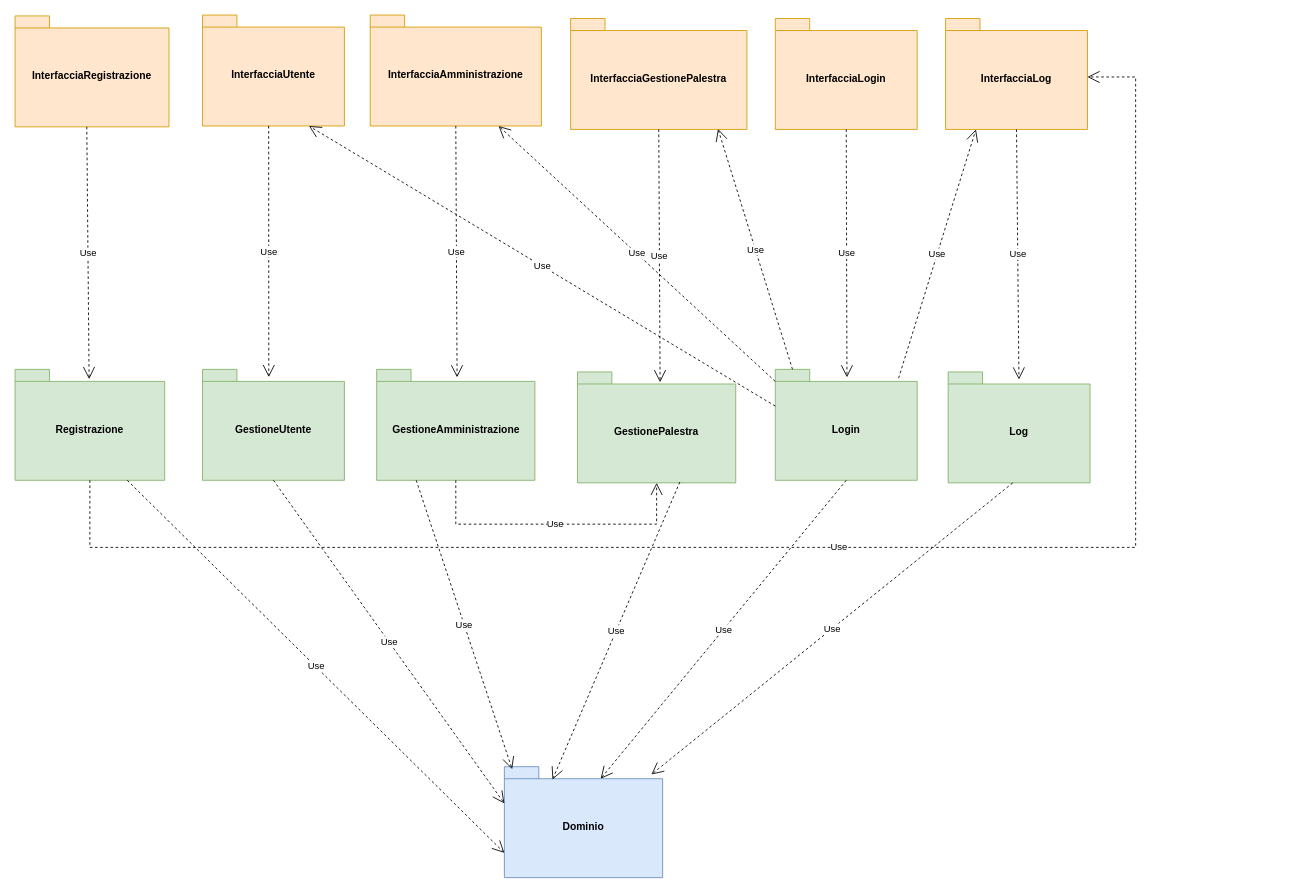
Above: Diagrammi_Package/Utente.drawio in JosephBoom02/Progetto_Ingegneria_del_Software (draw.io), before the change. Source tidied: cells renumbered, new cells numbered last; positions are measured from the earlier drawing's top-left corner, leaving out a move shared by most shapes. Both pictures are drawn from the tidied source at 86%, with x=0, y=0 at pixel (15, 15).
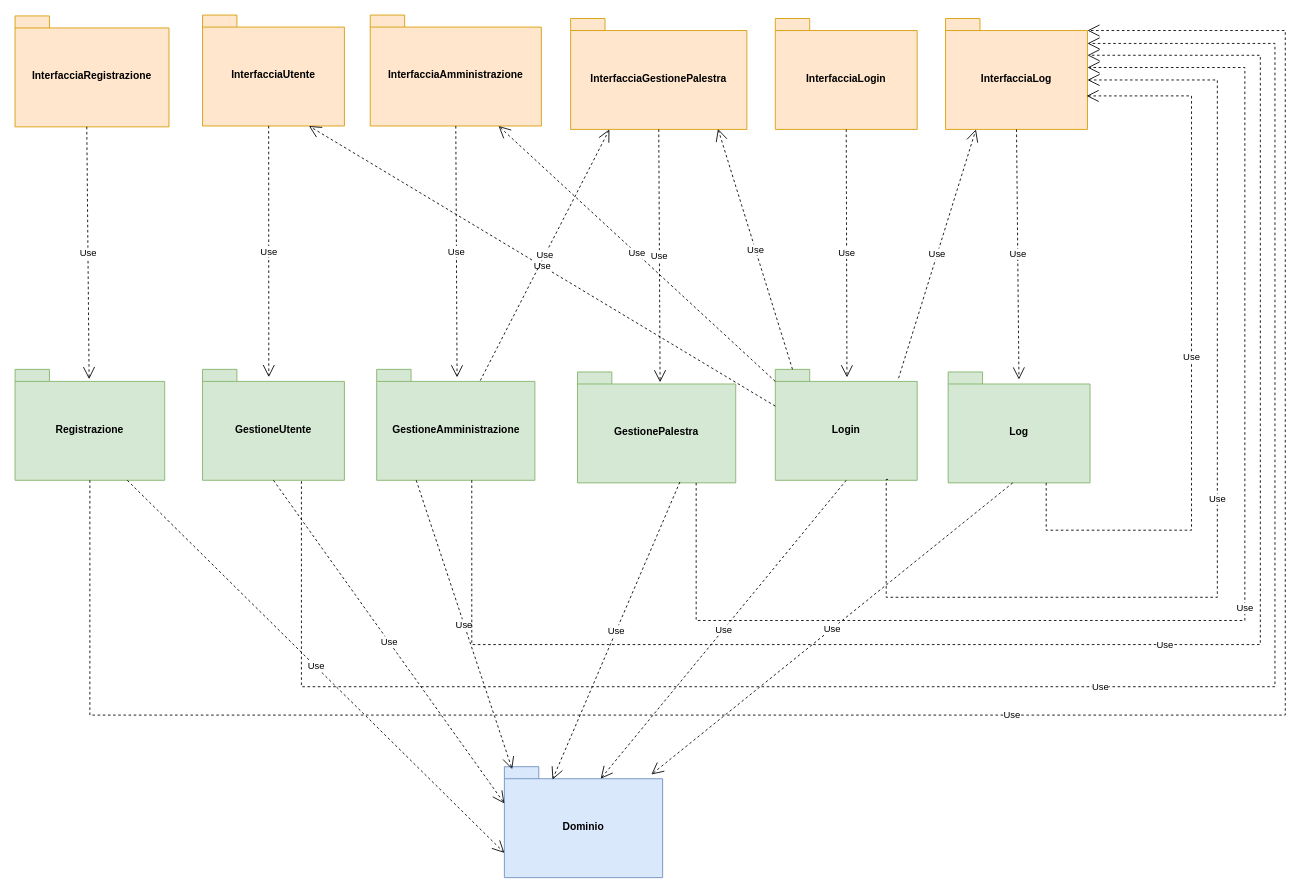
After the change.

Unchanged cells that the change refers to:
```xml
<mxCell id="3" value="InterfacciaGestionePalestra" style="shape=folder;fontStyle=1;spacingTop=10;tabWidth=40;tabHeight=14;tabPosition=left;html=1;whiteSpace=wrap;fillColor=#ffe6cc;strokeColor=#d79b00;" parent="1" vertex="1">
  <mxGeometry x="646" y="4" width="205" height="129" as="geometry" />
</mxCell>
<mxCell id="6" value="InterfacciaLog" style="shape=folder;fontStyle=1;spacingTop=10;tabWidth=40;tabHeight=14;tabPosition=left;html=1;whiteSpace=wrap;fillColor=#ffe6cc;strokeColor=#d79b00;" parent="1" vertex="1">
  <mxGeometry x="1082" y="4" width="165" height="129" as="geometry" />
</mxCell>
<mxCell id="7" value="GestioneUtente" style="shape=folder;fontStyle=1;spacingTop=10;tabWidth=40;tabHeight=14;tabPosition=left;html=1;whiteSpace=wrap;fillColor=#d5e8d4;strokeColor=#82b366;" parent="1" vertex="1">
  <mxGeometry x="218" y="412" width="165" height="129" as="geometry" />
</mxCell>
<mxCell id="8" value="GestioneAmministrazione" style="shape=folder;fontStyle=1;spacingTop=10;tabWidth=40;tabHeight=14;tabPosition=left;html=1;whiteSpace=wrap;fillColor=#d5e8d4;strokeColor=#82b366;" parent="1" vertex="1">
  <mxGeometry x="420.5" y="412" width="184" height="129" as="geometry" />
</mxCell>
<mxCell id="9" value="Log" style="shape=folder;fontStyle=1;spacingTop=10;tabWidth=40;tabHeight=14;tabPosition=left;html=1;whiteSpace=wrap;fillColor=#d5e8d4;strokeColor=#82b366;" parent="1" vertex="1">
  <mxGeometry x="1085" y="415" width="165" height="129" as="geometry" />
</mxCell>
<mxCell id="10" value="Login" style="shape=folder;fontStyle=1;spacingTop=10;tabWidth=40;tabHeight=14;tabPosition=left;html=1;whiteSpace=wrap;fillColor=#d5e8d4;strokeColor=#82b366;" parent="1" vertex="1">
  <mxGeometry x="884" y="412" width="165" height="129" as="geometry" />
</mxCell>
<mxCell id="14" value="GestionePalestra" style="shape=folder;fontStyle=1;spacingTop=10;tabWidth=40;tabHeight=14;tabPosition=left;html=1;whiteSpace=wrap;fillColor=#d5e8d4;strokeColor=#82b366;" parent="1" vertex="1">
  <mxGeometry x="654" y="415" width="184" height="129" as="geometry" />
</mxCell>
<mxCell id="21" value="&lt;div&gt;Registrazione&lt;/div&gt;" style="shape=folder;fontStyle=1;spacingTop=10;tabWidth=40;tabHeight=14;tabPosition=left;html=1;whiteSpace=wrap;fillColor=#d5e8d4;strokeColor=#82b366;" parent="1" vertex="1">
  <mxGeometry y="412" width="174" height="129" as="geometry" />
</mxCell>
```

The edit, as a diff of the source:
```diff
@@
-    <mxCell id="23" value="Use" style="endArrow=open;endSize=12;dashed=1;html=1;rounded=0;edgeStyle=orthogonalEdgeStyle;exitX=0.5;exitY=1;exitDx=0;exitDy=0;exitPerimeter=0;" parent="1" edge="1" source="21">
+    <mxCell id="23" value="Use" style="endArrow=open;endSize=12;dashed=1;html=1;rounded=0;edgeStyle=orthogonalEdgeStyle;exitX=0.5;exitY=1;exitDx=0;exitDy=0;exitPerimeter=0;entryX=0;entryY=0;entryDx=165;entryDy=14;entryPerimeter=0;" parent="1" edge="1" source="21" target="6">
       <mxGeometry relative="1" as="geometry">
-        <mxPoint x="1247" y="72" as="targetPoint" />
         <Array as="points">
-          <mxPoint x="87" y="619" />
-          <mxPoint x="1303" y="619" />
-          <mxPoint x="1303" y="72" />
+          <mxPoint x="87" y="814" />
+          <mxPoint x="1477" y="814" />
+          <mxPoint x="1477" y="18" />
         </Array>
       </mxGeometry>
     </mxCell>
@@
-    <mxCell id="26" value="Use" style="endArrow=open;endSize=12;dashed=1;html=1;rounded=0;edgeStyle=orthogonalEdgeStyle;exitX=0.5;exitY=1;exitDx=0;exitDy=0;exitPerimeter=0;entryX=0.5;entryY=1;entryDx=0;entryDy=0;entryPerimeter=0;" parent="1" edge="1" source="8" target="14">
-      <mxGeometry relative="1" as="geometry">
-        <Array as="points">
-          <mxPoint x="513" y="592" />
-          <mxPoint x="746" y="592" />
-        </Array>
-      </mxGeometry>
-    </mxCell>
@@
+    <mxCell id="33" value="Use" style="endArrow=open;endSize=12;dashed=1;html=1;rounded=0;exitX=0.655;exitY=0.101;exitDx=0;exitDy=0;exitPerimeter=0;entryX=0.22;entryY=1;entryDx=0;entryDy=0;entryPerimeter=0;" parent="1" edge="1" source="8" target="3">
+      <mxGeometry relative="1" as="geometry" />
+    </mxCell>
+    <mxCell id="34" value="Use" style="endArrow=open;endSize=12;dashed=1;html=1;rounded=0;edgeStyle=orthogonalEdgeStyle;exitX=0.601;exitY=1;exitDx=0;exitDy=0;exitPerimeter=0;entryX=0;entryY=0;entryDx=165;entryDy=42.75;entryPerimeter=0;" parent="1" edge="1" source="8" target="6">
+      <mxGeometry relative="1" as="geometry">
+        <Array as="points">
+          <mxPoint x="531" y="732" />
+          <mxPoint x="1448" y="732" />
+          <mxPoint x="1448" y="47" />
+        </Array>
+      </mxGeometry>
+    </mxCell>
+    <mxCell id="35" value="Use" style="endArrow=open;endSize=12;dashed=1;html=1;rounded=0;edgeStyle=orthogonalEdgeStyle;exitX=0.697;exitY=1.008;exitDx=0;exitDy=0;exitPerimeter=0;entryX=1;entryY=0.225;entryDx=0;entryDy=0;entryPerimeter=0;" parent="1" edge="1" source="7" target="6">
+      <mxGeometry relative="1" as="geometry">
+        <Array as="points">
+          <mxPoint x="333" y="781" />
+          <mxPoint x="1465" y="781" />
+          <mxPoint x="1465" y="33" />
+        </Array>
+      </mxGeometry>
+    </mxCell>
+    <mxCell id="36" value="Use" style="endArrow=open;endSize=12;dashed=1;html=1;rounded=0;edgeStyle=orthogonalEdgeStyle;exitX=0.75;exitY=1;exitDx=0;exitDy=0;exitPerimeter=0;" parent="1" edge="1" source="14">
+      <mxGeometry relative="1" as="geometry">
+        <mxPoint x="1247" y="61" as="targetPoint" />
+        <Array as="points">
+          <mxPoint x="792" y="704" />
+          <mxPoint x="1430" y="704" />
+          <mxPoint x="1430" y="61" />
+        </Array>
+      </mxGeometry>
+    </mxCell>
+    <mxCell id="37" value="Use" style="endArrow=open;endSize=12;dashed=1;html=1;rounded=0;edgeStyle=orthogonalEdgeStyle;exitX=0.794;exitY=0.992;exitDx=0;exitDy=0;exitPerimeter=0;entryX=0;entryY=0;entryDx=165;entryDy=71.5;entryPerimeter=0;" parent="1" edge="1" source="10" target="6">
+      <mxGeometry relative="1" as="geometry">
+        <Array as="points">
+          <mxPoint x="1013" y="540" />
+          <mxPoint x="1013" y="677" />
+          <mxPoint x="1398" y="677" />
+          <mxPoint x="1398" y="76" />
+        </Array>
+      </mxGeometry>
+    </mxCell>
+    <mxCell id="38" value="Use" style="endArrow=open;endSize=12;dashed=1;html=1;rounded=0;edgeStyle=orthogonalEdgeStyle;exitX=0.691;exitY=1;exitDx=0;exitDy=0;exitPerimeter=0;entryX=0.994;entryY=0.698;entryDx=0;entryDy=0;entryPerimeter=0;" parent="1" edge="1" source="9" target="6">
+      <mxGeometry relative="1" as="geometry">
+        <Array as="points">
+          <mxPoint x="1199" y="599" />
+          <mxPoint x="1368" y="599" />
+          <mxPoint x="1368" y="94" />
+        </Array>
+      </mxGeometry>
+    </mxCell>
```
